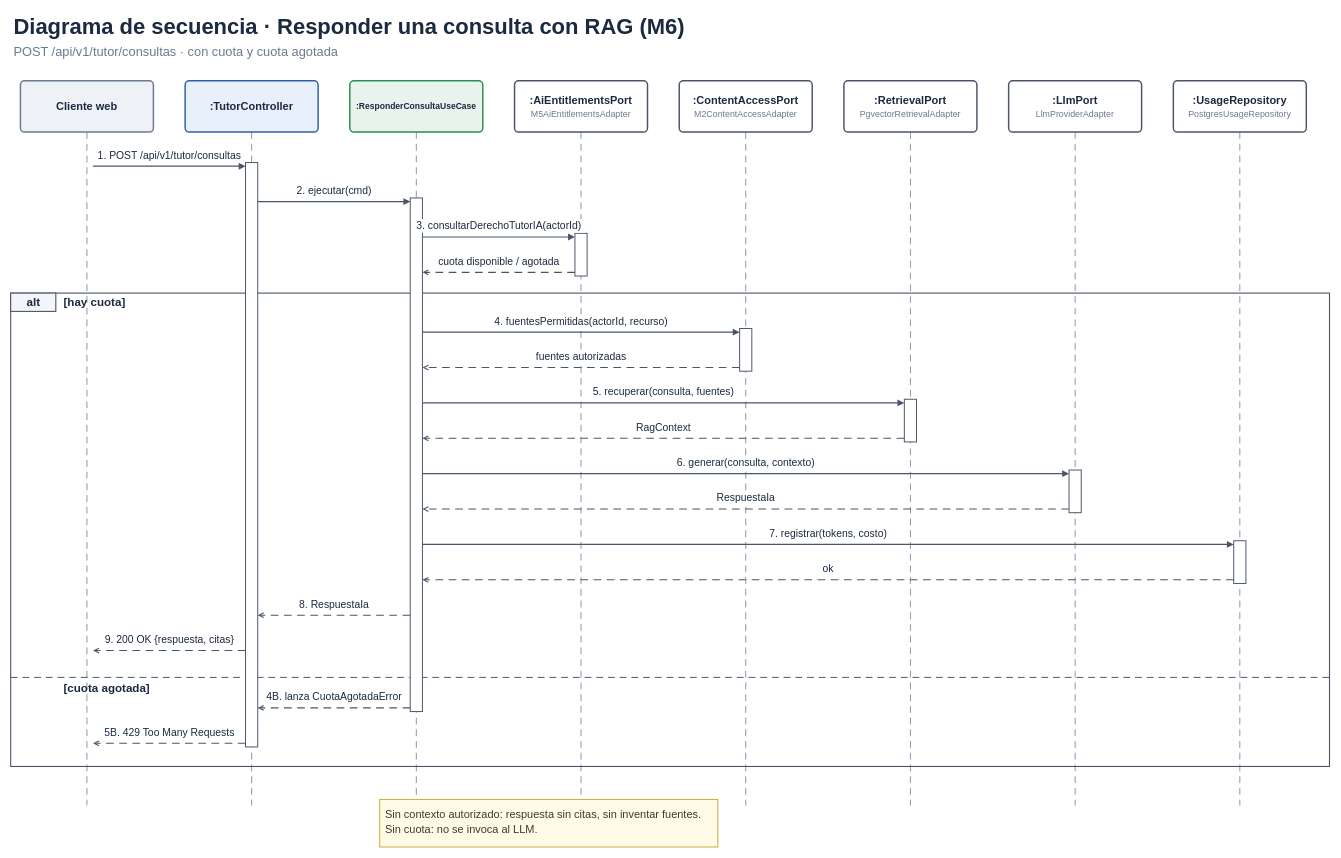
The draw.io diagram docs/img/fuente_drawio/m6-secuencia.drawio in 100robert/Mentelyx, before the edit. Source tidied: cells renumbered, new cells numbered last; positions are measured from the earlier drawing's top-left corner, leaving out a move shared by most shapes. Both pictures are drawn from the tidied source at 61%, with x=0, y=0 at pixel (10, 10).
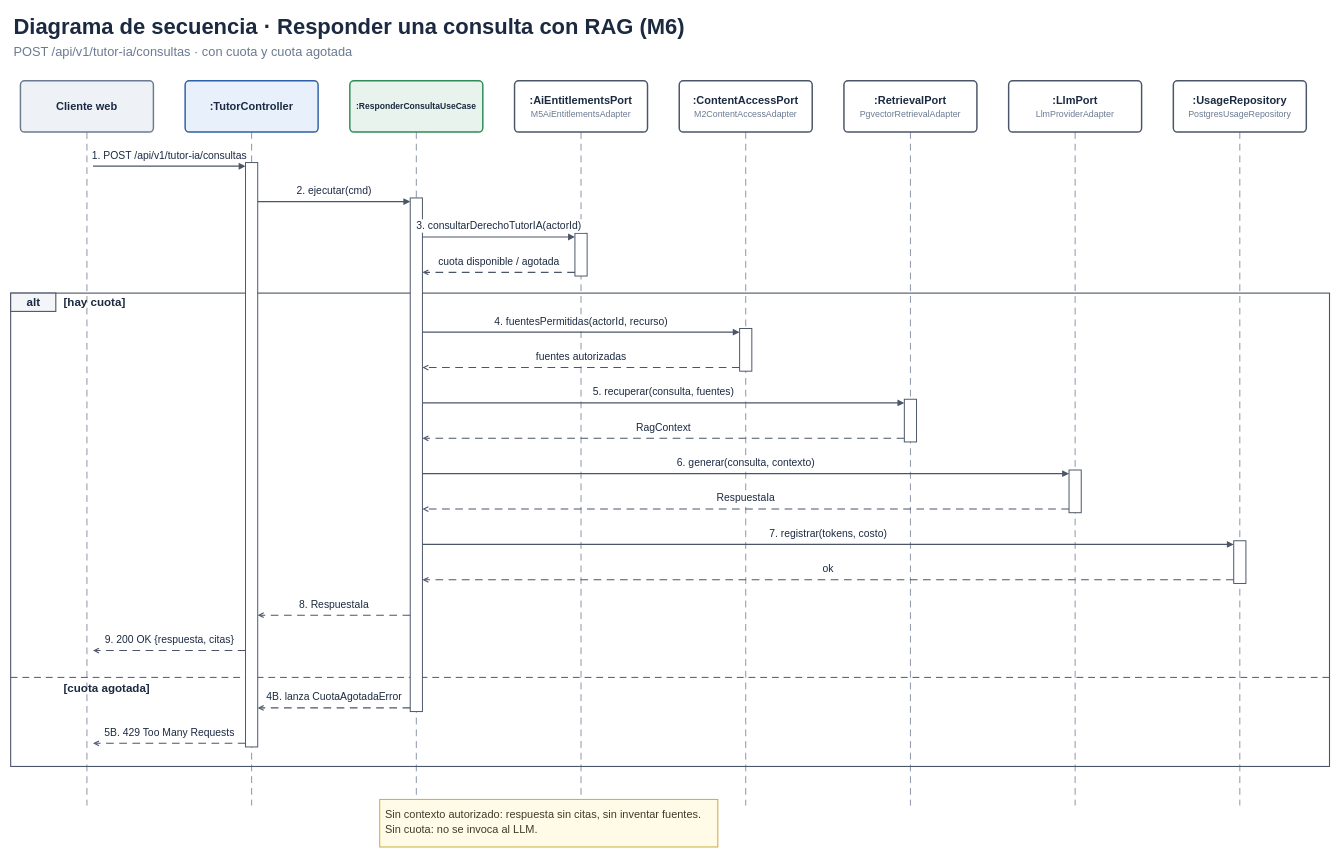
Above is the later version.

Diff of the diagram source:
```diff
@@
-    <mxCell id="3" value="POST /api/v1/tutor/consultas · con cuota y cuota agotada" style="text;html=1;strokeColor=none;fillColor=none;align=left;verticalAlign=middle;whiteSpace=nowrap;spacing=0;fontSize=21;fontStyle=0;fontColor=#6B7A90;fontFamily=Arial;" parent="1" vertex="1">
+    <mxCell id="3" value="POST /api/v1/tutor-ia/consultas · con cuota y cuota agotada" style="text;html=1;strokeColor=none;fillColor=none;align=left;verticalAlign=middle;whiteSpace=nowrap;spacing=0;fontSize=21;fontStyle=0;fontColor=#6B7A90;fontFamily=Arial;" parent="1" vertex="1">
       <mxGeometry x="5" y="52" width="545.9" height="31.5" as="geometry" />
     </mxCell>
@@
-    <mxCell id="27" value="1. POST /api/v1/tutor/consultas" style="text;html=1;strokeColor=none;fillColor=none;align=center;verticalAlign=middle;whiteSpace=nowrap;spacing=0;fontSize=17;fontStyle=0;fontColor=#1B2A41;fontFamily=Arial;" parent="1" vertex="1">
+    <mxCell id="27" value="1. POST /api/v1/tutor-ia/consultas" style="text;html=1;strokeColor=none;fillColor=none;align=center;verticalAlign=middle;whiteSpace=nowrap;spacing=0;fontSize=17;fontStyle=0;fontColor=#1B2A41;fontFamily=Arial;" parent="1" vertex="1">
       <mxGeometry x="135.5" y="226.2" width="249" height="25.5" as="geometry" />
     </mxCell>
```
